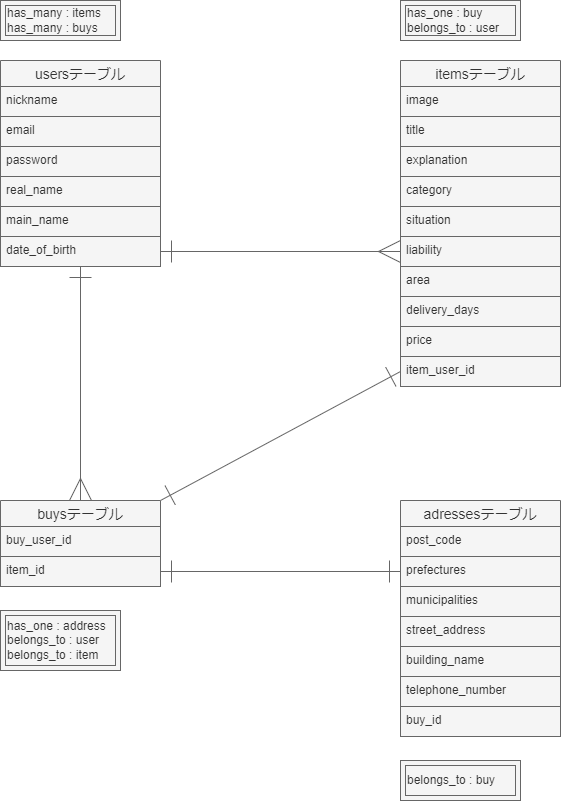
Above: ER.png in seiji-nagano/furima-39910 (draw.io), before the change. Source tidied: cells renumbered, new cells last; positions are measured from the earlier drawing's top-left corner, leaving out a move shared by most shapes.
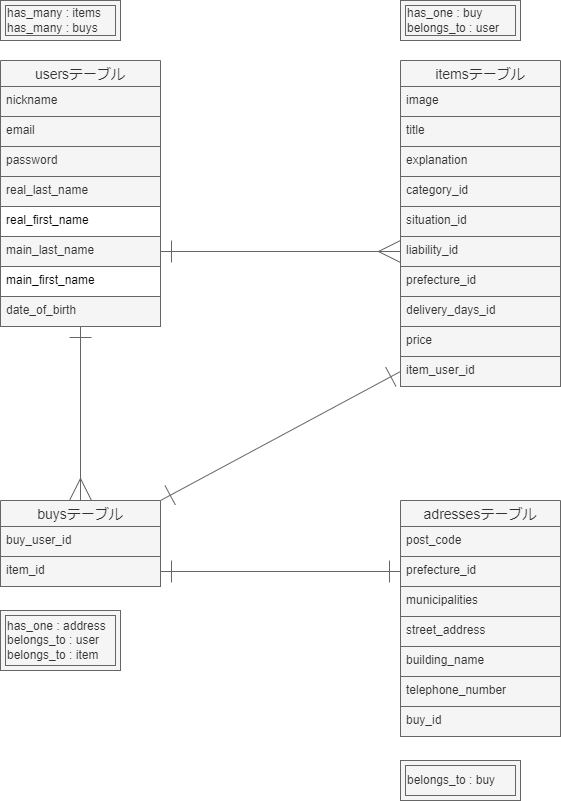
The same file after the commit.

Commit message:
ER図の再修正

Change to the diagram source:
```diff
@@ -3,7 +3,7 @@
     <mxCell id="0" />
     <mxCell id="1" parent="0" />
     <mxCell id="2" value="usersテーブル" style="swimlane;fontStyle=0;horizontal=1;startSize=26;align=center;fontSize=14;rounded=0;strokeColor=#666666;fillColor=#f5f5f5;fontColor=#333333;" parent="1" vertex="1">
-      <mxGeometry y="60" width="160" height="206" as="geometry" />
+      <mxGeometry y="60" width="160" height="266" as="geometry" />
     </mxCell>
     <mxCell id="3" value="nickname" style="text;strokeColor=#666666;fillColor=#f5f5f5;spacingLeft=4;spacingRight=4;overflow=hidden;fontSize=12;rounded=0;fontColor=#333333;" parent="2" vertex="1">
       <mxGeometry y="26" width="160" height="30" as="geometry" />
@@ -14,14 +14,20 @@
     <mxCell id="5" value="password" style="text;strokeColor=#666666;fillColor=#f5f5f5;spacingLeft=4;spacingRight=4;overflow=hidden;fontSize=12;rounded=0;fontColor=#333333;" parent="2" vertex="1">
       <mxGeometry y="86" width="160" height="30" as="geometry" />
     </mxCell>
-    <mxCell id="6" value="real_name" style="text;strokeColor=#666666;fillColor=#f5f5f5;spacingLeft=4;spacingRight=4;overflow=hidden;fontSize=12;rounded=0;fontColor=#333333;" parent="2" vertex="1">
+    <mxCell id="6" value="real_last_name" style="text;strokeColor=#666666;fillColor=#f5f5f5;spacingLeft=4;spacingRight=4;overflow=hidden;fontSize=12;rounded=0;fontColor=#333333;" parent="2" vertex="1">
       <mxGeometry y="116" width="160" height="30" as="geometry" />
     </mxCell>
+    <mxCell id="39" value="real_first_name" style="text;strokeColor=none;fillColor=none;spacingLeft=4;spacingRight=4;overflow=hidden;fontSize=12;fontColor=#000000;" parent="2" vertex="1">
+      <mxGeometry y="146" width="160" height="30" as="geometry" />
+    </mxCell>
-    <mxCell id="7" value="main_name" style="text;strokeColor=#666666;fillColor=#f5f5f5;spacingLeft=4;spacingRight=4;overflow=hidden;points=[[0,0.5],[1,0.5]];portConstraint=eastwest;fontSize=12;rounded=0;fontColor=#333333;" parent="2" vertex="1">
-      <mxGeometry y="146" width="160" height="30" as="geometry" />
+    <mxCell id="7" value="main_last_name" style="text;strokeColor=#666666;fillColor=#f5f5f5;spacingLeft=4;spacingRight=4;overflow=hidden;points=[[0,0.5],[1,0.5]];portConstraint=eastwest;fontSize=12;rounded=0;fontColor=#333333;" parent="2" vertex="1">
+      <mxGeometry y="176" width="160" height="30" as="geometry" />
     </mxCell>
+    <mxCell id="40" value="main_first_name" style="text;strokeColor=none;fillColor=none;spacingLeft=4;spacingRight=4;overflow=hidden;fontSize=12;fontColor=#000000;" parent="2" vertex="1">
+      <mxGeometry y="206" width="160" height="30" as="geometry" />
+    </mxCell>
     <mxCell id="8" value="date_of_birth" style="text;strokeColor=#666666;fillColor=#f5f5f5;spacingLeft=4;spacingRight=4;overflow=hidden;points=[[0,0.5],[1,0.5]];portConstraint=eastwest;fontSize=12;rounded=0;fontColor=#333333;" parent="2" vertex="1">
-      <mxGeometry y="176" width="160" height="30" as="geometry" />
+      <mxGeometry y="236" width="160" height="30" as="geometry" />
     </mxCell>
     <mxCell id="9" value="itemsテーブル" style="swimlane;fontStyle=0;horizontal=1;startSize=26;align=center;fontSize=14;rounded=0;strokeColor=#666666;fillColor=#f5f5f5;fontColor=#333333;" parent="1" vertex="1">
       <mxGeometry x="400" y="60" width="160" height="326" as="geometry" />
@@ -35,19 +41,19 @@
     <mxCell id="12" value="explanation" style="text;strokeColor=#666666;fillColor=#f5f5f5;spacingLeft=4;spacingRight=4;overflow=hidden;fontSize=12;rounded=0;fontColor=#333333;" parent="9" vertex="1">
       <mxGeometry y="86" width="160" height="30" as="geometry" />
     </mxCell>
-    <mxCell id="13" value="category" style="text;strokeColor=#666666;fillColor=#f5f5f5;spacingLeft=4;spacingRight=4;overflow=hidden;fontSize=12;rounded=0;fontColor=#333333;" parent="9" vertex="1">
+    <mxCell id="13" value="category_id" style="text;strokeColor=#666666;fillColor=#f5f5f5;spacingLeft=4;spacingRight=4;overflow=hidden;fontSize=12;rounded=0;fontColor=#333333;" parent="9" vertex="1">
       <mxGeometry y="116" width="160" height="30" as="geometry" />
     </mxCell>
-    <mxCell id="14" value="situation" style="text;strokeColor=#666666;fillColor=#f5f5f5;spacingLeft=4;spacingRight=4;overflow=hidden;fontSize=12;rounded=0;fontColor=#333333;" parent="9" vertex="1">
+    <mxCell id="14" value="situation_id" style="text;strokeColor=#666666;fillColor=#f5f5f5;spacingLeft=4;spacingRight=4;overflow=hidden;fontSize=12;rounded=0;fontColor=#333333;" parent="9" vertex="1">
       <mxGeometry y="146" width="160" height="30" as="geometry" />
     </mxCell>
-    <mxCell id="15" value="liability" style="text;strokeColor=#666666;fillColor=#f5f5f5;spacingLeft=4;spacingRight=4;overflow=hidden;points=[[0,0.5],[1,0.5]];portConstraint=eastwest;fontSize=12;rounded=0;fontColor=#333333;" parent="9" vertex="1">
+    <mxCell id="15" value="liability_id" style="text;strokeColor=#666666;fillColor=#f5f5f5;spacingLeft=4;spacingRight=4;overflow=hidden;points=[[0,0.5],[1,0.5]];portConstraint=eastwest;fontSize=12;rounded=0;fontColor=#333333;" parent="9" vertex="1">
       <mxGeometry y="176" width="160" height="30" as="geometry" />
     </mxCell>
-    <mxCell id="16" value="area" style="text;strokeColor=#666666;fillColor=#f5f5f5;spacingLeft=4;spacingRight=4;overflow=hidden;fontSize=12;rounded=0;fontColor=#333333;" parent="9" vertex="1">
+    <mxCell id="16" value="prefecture_id" style="text;strokeColor=#666666;fillColor=#f5f5f5;spacingLeft=4;spacingRight=4;overflow=hidden;fontSize=12;rounded=0;fontColor=#333333;" parent="9" vertex="1">
       <mxGeometry y="206" width="160" height="30" as="geometry" />
     </mxCell>
-    <mxCell id="17" value="delivery_days" style="text;strokeColor=#666666;fillColor=#f5f5f5;spacingLeft=4;spacingRight=4;overflow=hidden;fontSize=12;rounded=0;fontColor=#333333;" parent="9" vertex="1">
+    <mxCell id="17" value="delivery_days_id" style="text;strokeColor=#666666;fillColor=#f5f5f5;spacingLeft=4;spacingRight=4;overflow=hidden;fontSize=12;rounded=0;fontColor=#333333;" parent="9" vertex="1">
       <mxGeometry y="236" width="160" height="30" as="geometry" />
     </mxCell>
     <mxCell id="18" value="price" style="text;strokeColor=#666666;fillColor=#f5f5f5;spacingLeft=4;spacingRight=4;overflow=hidden;fontSize=12;rounded=0;fontColor=#333333;" parent="9" vertex="1">
@@ -56,7 +62,7 @@
     <mxCell id="19" value="item_user_id" style="text;strokeColor=#666666;fillColor=#f5f5f5;spacingLeft=4;spacingRight=4;overflow=hidden;points=[[0,0.5],[1,0.5]];portConstraint=eastwest;fontSize=12;rounded=0;fontColor=#333333;" parent="9" vertex="1">
       <mxGeometry y="296" width="160" height="30" as="geometry" />
     </mxCell>
-    <mxCell id="20" style="edgeStyle=none;html=1;exitX=0.5;exitY=0;exitDx=0;exitDy=0;strokeWidth=1;startArrow=ERmany;startFill=0;endArrow=ERone;endFill=0;startSize=20;endSize=20;rounded=0;fontColor=#000000;strokeColor=#666666;fillColor=#f5f5f5;" parent="1" edge="1" source="22" target="8">
+    <mxCell id="20" style="edgeStyle=none;html=1;exitX=0.5;exitY=0;exitDx=0;exitDy=0;strokeWidth=1;startArrow=ERmany;startFill=0;endArrow=ERone;endFill=0;startSize=20;endSize=20;rounded=0;fontColor=#000000;strokeColor=#666666;fillColor=#f5f5f5;entryX=0.5;entryY=1;entryDx=0;entryDy=0;" parent="1" edge="1" source="22" target="2">
       <mxGeometry relative="1" as="geometry" />
     </mxCell>
     <mxCell id="21" style="edgeStyle=none;html=1;exitX=1;exitY=0;exitDx=0;exitDy=0;entryX=0;entryY=0.5;entryDx=0;entryDy=0;strokeWidth=1;startArrow=ERone;startFill=0;endArrow=ERone;endFill=0;startSize=20;endSize=20;rounded=0;fontColor=#000000;strokeColor=#666666;fillColor=#f5f5f5;" parent="1" edge="1" source="22" target="19">
@@ -77,7 +83,7 @@
     <mxCell id="26" value="post_code" style="text;strokeColor=#666666;fillColor=#f5f5f5;spacingLeft=4;spacingRight=4;overflow=hidden;fontSize=12;rounded=0;fontColor=#333333;" parent="25" vertex="1">
       <mxGeometry y="26" width="160" height="30" as="geometry" />
     </mxCell>
-    <mxCell id="27" value="prefectures" style="text;strokeColor=#666666;fillColor=#f5f5f5;spacingLeft=4;spacingRight=4;overflow=hidden;points=[[0,0.5],[1,0.5]];portConstraint=eastwest;fontSize=12;rounded=0;fontColor=#333333;" parent="25" vertex="1">
+    <mxCell id="27" value="prefecture_id" style="text;strokeColor=#666666;fillColor=#f5f5f5;spacingLeft=4;spacingRight=4;overflow=hidden;points=[[0,0.5],[1,0.5]];portConstraint=eastwest;fontSize=12;rounded=0;fontColor=#333333;" parent="25" vertex="1">
       <mxGeometry y="56" width="160" height="30" as="geometry" />
     </mxCell>
     <mxCell id="28" value="municipalities" style="text;strokeColor=#666666;fillColor=#f5f5f5;spacingLeft=4;spacingRight=4;overflow=hidden;fontSize=12;rounded=0;fontColor=#333333;" parent="25" vertex="1">
@@ -95,7 +101,7 @@
     <mxCell id="32" value="buy_id" style="text;strokeColor=#666666;fillColor=#f5f5f5;spacingLeft=4;spacingRight=4;overflow=hidden;fontSize=12;rounded=0;fontColor=#333333;" parent="25" vertex="1">
       <mxGeometry y="206" width="160" height="30" as="geometry" />
     </mxCell>
-    <mxCell id="33" style="edgeStyle=none;html=1;exitX=1;exitY=0.5;exitDx=0;exitDy=0;entryX=0;entryY=0.5;entryDx=0;entryDy=0;endArrow=ERmany;endFill=0;endSize=20;startArrow=ERone;startFill=0;startSize=20;rounded=0;fontColor=#000000;strokeColor=#666666;fillColor=#f5f5f5;" parent="1" edge="1" source="8" target="15">
+    <mxCell id="33" style="edgeStyle=none;html=1;exitX=1;exitY=0.5;exitDx=0;exitDy=0;entryX=0;entryY=0.5;entryDx=0;entryDy=0;endArrow=ERmany;endFill=0;endSize=20;startArrow=ERone;startFill=0;startSize=20;rounded=0;fontColor=#000000;strokeColor=#666666;fillColor=#f5f5f5;" parent="1" edge="1" source="7" target="15">
       <mxGeometry relative="1" as="geometry" />
     </mxCell>
     <mxCell id="34" style="edgeStyle=none;html=1;exitX=1;exitY=0.5;exitDx=0;exitDy=0;entryX=0;entryY=0.5;entryDx=0;entryDy=0;strokeWidth=1;startArrow=ERone;startFill=0;endArrow=ERone;endFill=0;startSize=20;endSize=20;rounded=0;fontColor=#000000;strokeColor=#666666;fillColor=#f5f5f5;" parent="1" edge="1" source="24" target="27">
```
